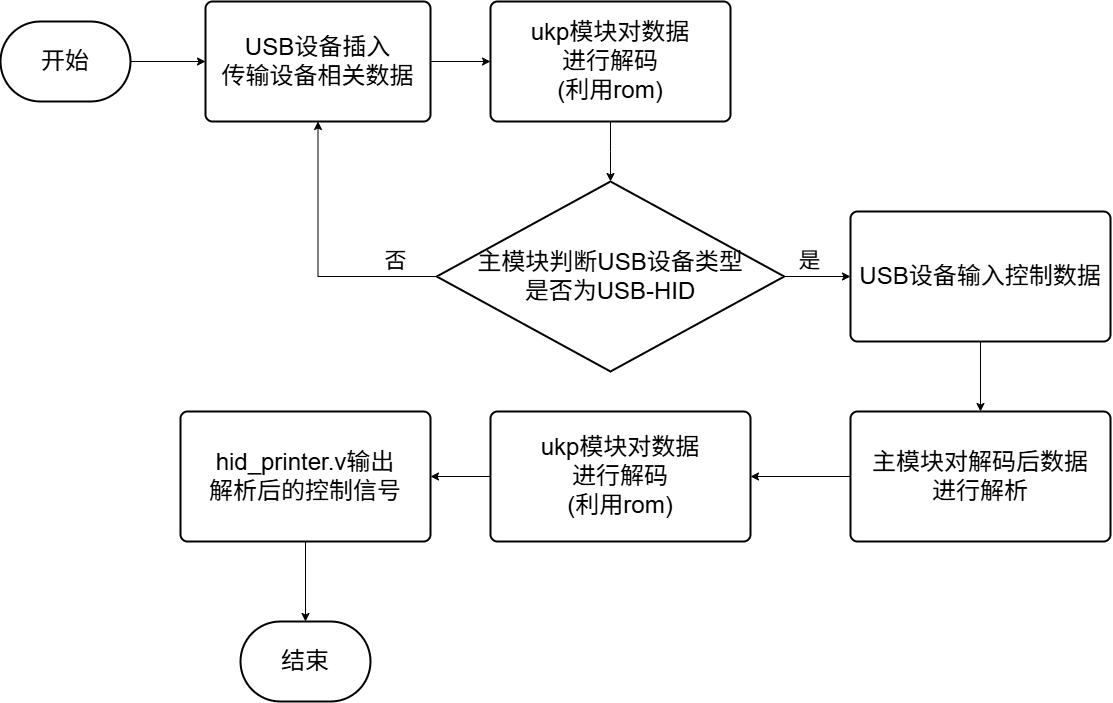
The draw.io diagram USB-HOST_driver.png in maple-m117/bysj_etc., before a commit. Source tidied: cells renumbered, new cells last; positions are measured from the earlier drawing's top-left corner, leaving out a move shared by most shapes. The source it was exported from:
```xml
<mxGraphModel>
  <root>
    <mxCell id="0" />
    <mxCell id="1" parent="0" />
    <mxCell id="2" style="edgeStyle=orthogonalEdgeStyle;rounded=0;jettySize=auto;html=1;" parent="1" edge="1" source="3" target="5">
      <mxGeometry relative="1" as="geometry" />
    </mxCell>
    <mxCell id="3" value="开始" style="strokeWidth=2;html=1;shape=mxgraph.flowchart.terminator;whiteSpace=wrap;fontSize=24;" parent="1" vertex="1">
      <mxGeometry y="20" width="130" height="80" as="geometry" />
    </mxCell>
    <mxCell id="4" style="edgeStyle=orthogonalEdgeStyle;rounded=0;jettySize=auto;html=1;" parent="1" edge="1" source="5" target="7">
      <mxGeometry relative="1" as="geometry" />
    </mxCell>
    <mxCell id="5" value="USB设备插入&lt;div&gt;传输设备相关数据&lt;/div&gt;" style="rounded=1;whiteSpace=wrap;html=1;absoluteArcSize=1;arcSize=14;strokeWidth=2;fontSize=24;" parent="1" vertex="1">
      <mxGeometry x="205" width="225" height="120" as="geometry" />
    </mxCell>
    <mxCell id="6" style="edgeStyle=orthogonalEdgeStyle;rounded=0;jettySize=auto;html=1;" parent="1" edge="1" source="7" target="12">
      <mxGeometry relative="1" as="geometry" />
    </mxCell>
    <mxCell id="7" value="ukp模块对数据&lt;div&gt;进行解码&lt;/div&gt;&lt;div&gt;(利用rom)&lt;/div&gt;" style="rounded=1;whiteSpace=wrap;html=1;absoluteArcSize=1;arcSize=14;strokeWidth=2;fontSize=24;" parent="1" vertex="1">
      <mxGeometry x="490" width="240" height="120" as="geometry" />
    </mxCell>
    <mxCell id="8" style="edgeStyle=orthogonalEdgeStyle;rounded=0;jettySize=auto;html=1;" parent="1" edge="1" source="9" target="16">
      <mxGeometry relative="1" as="geometry" />
    </mxCell>
    <mxCell id="9" value="USB设备输入控制数据" style="rounded=1;whiteSpace=wrap;html=1;absoluteArcSize=1;arcSize=14;strokeWidth=2;fontSize=24;" parent="1" vertex="1">
      <mxGeometry x="850" y="210" width="260" height="130" as="geometry" />
    </mxCell>
    <mxCell id="10" style="edgeStyle=orthogonalEdgeStyle;rounded=0;jettySize=auto;html=1;" parent="1" edge="1" source="12" target="9">
      <mxGeometry relative="1" as="geometry" />
    </mxCell>
    <mxCell id="11" style="edgeStyle=orthogonalEdgeStyle;rounded=0;jettySize=auto;html=1;exitX=0;exitY=0.5;exitDx=0;exitDy=0;exitPerimeter=0;entryX=0.5;entryY=1;entryDx=0;entryDy=0;" parent="1" edge="1" source="12" target="5">
      <mxGeometry relative="1" as="geometry" />
    </mxCell>
    <mxCell id="12" value="主模块判断USB设备类型&lt;div&gt;是否为USB-HID&lt;/div&gt;" style="strokeWidth=2;html=1;shape=mxgraph.flowchart.decision;whiteSpace=wrap;fontSize=24;" parent="1" vertex="1">
      <mxGeometry x="436.2" y="180" width="347.5" height="190" as="geometry" />
    </mxCell>
    <mxCell id="13" style="edgeStyle=orthogonalEdgeStyle;rounded=0;jettySize=auto;html=1;" parent="1" edge="1" source="14" target="18">
      <mxGeometry relative="1" as="geometry" />
    </mxCell>
    <mxCell id="14" value="ukp模块对数据&lt;div&gt;进行解码&lt;/div&gt;&lt;div&gt;(利用rom)&lt;/div&gt;" style="rounded=1;whiteSpace=wrap;html=1;absoluteArcSize=1;arcSize=14;strokeWidth=2;fontSize=24;" parent="1" vertex="1">
      <mxGeometry x="490" y="410" width="260" height="130" as="geometry" />
    </mxCell>
    <mxCell id="15" style="edgeStyle=orthogonalEdgeStyle;rounded=0;jettySize=auto;html=1;" parent="1" edge="1" source="16" target="14">
      <mxGeometry relative="1" as="geometry" />
    </mxCell>
    <mxCell id="16" value="主模块对解码后数据&lt;div&gt;进行解析&lt;/div&gt;" style="rounded=1;whiteSpace=wrap;html=1;absoluteArcSize=1;arcSize=14;strokeWidth=2;fontSize=24;" parent="1" vertex="1">
      <mxGeometry x="850" y="410" width="260" height="130" as="geometry" />
    </mxCell>
    <mxCell id="17" style="edgeStyle=orthogonalEdgeStyle;rounded=0;jettySize=auto;html=1;" parent="1" edge="1" source="18" target="19">
      <mxGeometry relative="1" as="geometry" />
    </mxCell>
    <mxCell id="18" value="hid_printer.v输出&lt;div&gt;解析后的控制信号&lt;/div&gt;" style="rounded=1;whiteSpace=wrap;html=1;absoluteArcSize=1;arcSize=14;strokeWidth=2;fontSize=24;" parent="1" vertex="1">
      <mxGeometry x="180" y="410" width="250" height="130" as="geometry" />
    </mxCell>
    <mxCell id="19" value="结束" style="strokeWidth=2;html=1;shape=mxgraph.flowchart.terminator;whiteSpace=wrap;fontSize=24;" parent="1" vertex="1">
      <mxGeometry x="240" y="620" width="130" height="80" as="geometry" />
    </mxCell>
    <mxCell id="20" value="是" style="text;html=1;align=center;verticalAlign=middle;strokeColor=none;fillColor=none;fontSize=22;" parent="1" vertex="1">
      <mxGeometry x="783.8" y="240" width="50" height="40" as="geometry" />
    </mxCell>
    <mxCell id="21" value="否" style="text;html=1;align=center;verticalAlign=middle;strokeColor=none;fillColor=none;fontSize=22;" parent="1" vertex="1">
      <mxGeometry x="370" y="240" width="50" height="40" as="geometry" />
    </mxCell>
  </root>
</mxGraphModel>
```
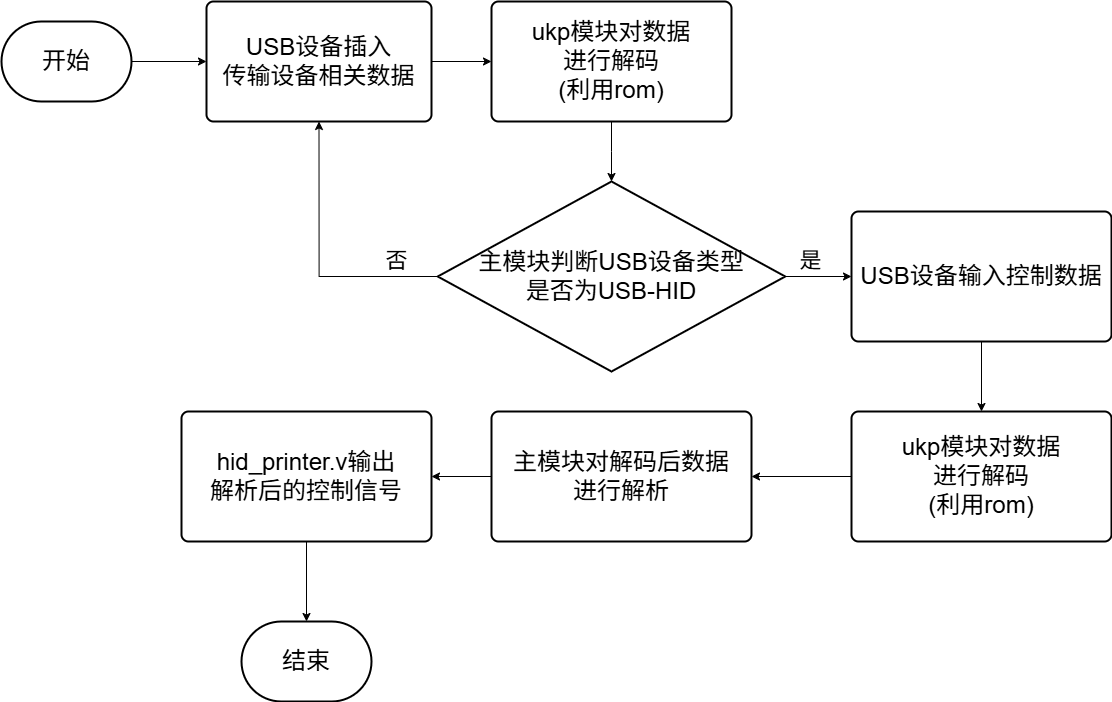
The same file after the commit.

The edit, as a diff of the source:
```diff
@@ -20,9 +20,9 @@
     <mxCell id="7" value="ukp模块对数据&lt;div&gt;进行解码&lt;/div&gt;&lt;div&gt;(利用rom)&lt;/div&gt;" style="rounded=1;whiteSpace=wrap;html=1;absoluteArcSize=1;arcSize=14;strokeWidth=2;fontSize=24;" parent="1" vertex="1">
       <mxGeometry x="490" width="240" height="120" as="geometry" />
     </mxCell>
-    <mxCell id="8" style="edgeStyle=orthogonalEdgeStyle;rounded=0;jettySize=auto;html=1;" parent="1" edge="1" source="9" target="16">
-      <mxGeometry relative="1" as="geometry" />
-    </mxCell>
+    <mxCell id="22" style="edgeStyle=orthogonalEdgeStyle;rounded=0;jettySize=auto;html=1;" parent="1" edge="1" source="9" target="14">
+      <mxGeometry relative="1" as="geometry" />
+    </mxCell>
     <mxCell id="9" value="USB设备输入控制数据" style="rounded=1;whiteSpace=wrap;html=1;absoluteArcSize=1;arcSize=14;strokeWidth=2;fontSize=24;" parent="1" vertex="1">
       <mxGeometry x="850" y="210" width="260" height="130" as="geometry" />
     </mxCell>
@@ -35,17 +35,17 @@
     <mxCell id="12" value="主模块判断USB设备类型&lt;div&gt;是否为USB-HID&lt;/div&gt;" style="strokeWidth=2;html=1;shape=mxgraph.flowchart.decision;whiteSpace=wrap;fontSize=24;" parent="1" vertex="1">
       <mxGeometry x="436.2" y="180" width="347.5" height="190" as="geometry" />
     </mxCell>
-    <mxCell id="13" style="edgeStyle=orthogonalEdgeStyle;rounded=0;jettySize=auto;html=1;" parent="1" edge="1" source="14" target="18">
-      <mxGeometry relative="1" as="geometry" />
-    </mxCell>
+    <mxCell id="23" style="edgeStyle=orthogonalEdgeStyle;rounded=0;jettySize=auto;html=1;" parent="1" edge="1" source="14" target="16">
+      <mxGeometry relative="1" as="geometry" />
+    </mxCell>
     <mxCell id="14" value="ukp模块对数据&lt;div&gt;进行解码&lt;/div&gt;&lt;div&gt;(利用rom)&lt;/div&gt;" style="rounded=1;whiteSpace=wrap;html=1;absoluteArcSize=1;arcSize=14;strokeWidth=2;fontSize=24;" parent="1" vertex="1">
-      <mxGeometry x="490" y="410" width="260" height="130" as="geometry" />
+      <mxGeometry x="850" y="410" width="260" height="130" as="geometry" />
     </mxCell>
-    <mxCell id="15" style="edgeStyle=orthogonalEdgeStyle;rounded=0;jettySize=auto;html=1;" parent="1" edge="1" source="16" target="14">
-      <mxGeometry relative="1" as="geometry" />
-    </mxCell>
+    <mxCell id="24" style="edgeStyle=orthogonalEdgeStyle;rounded=0;jettySize=auto;html=1;exitX=0;exitY=0.5;exitDx=0;exitDy=0;" parent="1" edge="1" source="16" target="18">
+      <mxGeometry relative="1" as="geometry" />
+    </mxCell>
     <mxCell id="16" value="主模块对解码后数据&lt;div&gt;进行解析&lt;/div&gt;" style="rounded=1;whiteSpace=wrap;html=1;absoluteArcSize=1;arcSize=14;strokeWidth=2;fontSize=24;" parent="1" vertex="1">
-      <mxGeometry x="850" y="410" width="260" height="130" as="geometry" />
+      <mxGeometry x="490" y="410" width="260" height="130" as="geometry" />
     </mxCell>
     <mxCell id="17" style="edgeStyle=orthogonalEdgeStyle;rounded=0;jettySize=auto;html=1;" parent="1" edge="1" source="18" target="19">
       <mxGeometry relative="1" as="geometry" />
```
